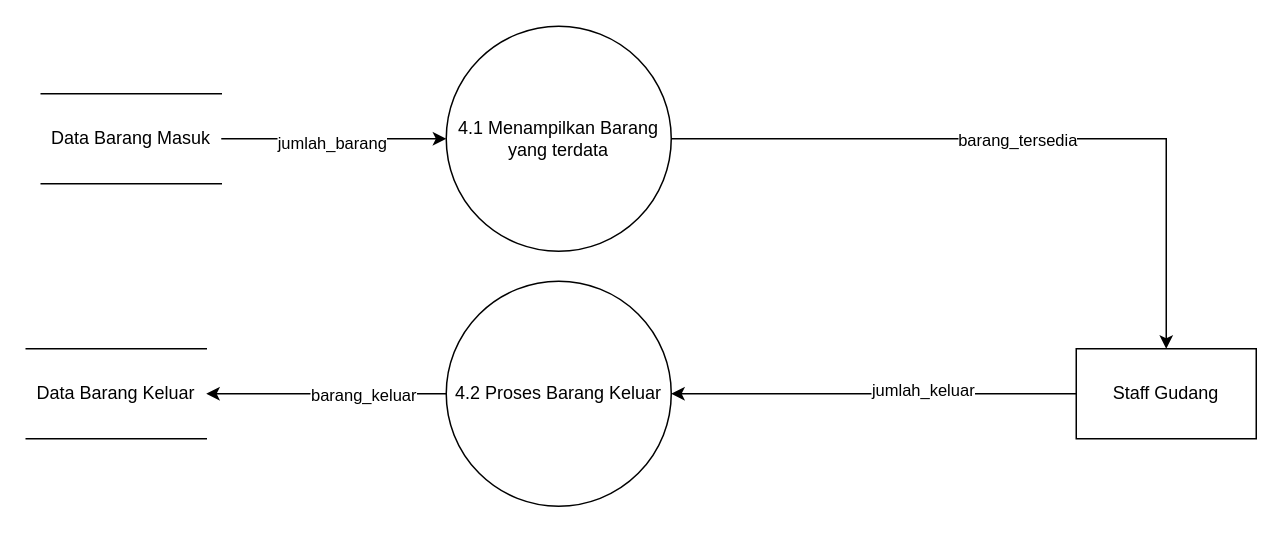
raflialkindhi/graph-save keeps this draw.io diagram as kkp-dfd1-3.drawio. Above is the earlier version. Source tidied: cells renumbered, new cells numbered last; positions are measured from the earlier drawing's top-left corner, leaving out a move shared by most shapes. Both pictures are drawn from the tidied source at 150%, with x=0, y=0 at pixel (26, 26).
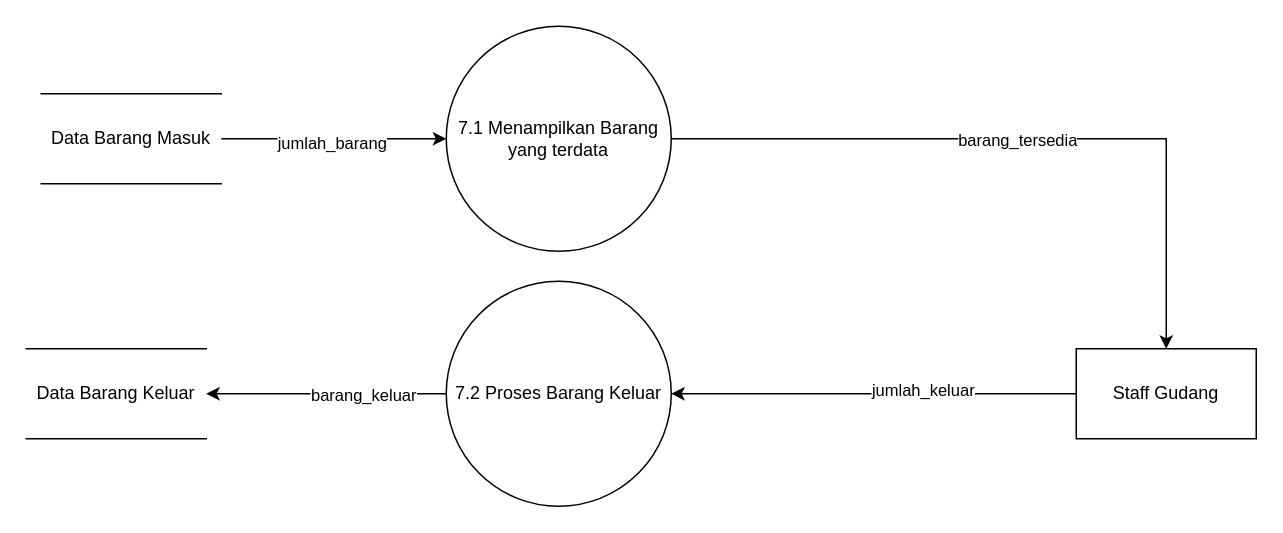
After the change.

The edit, as a diff of the source:
```diff
@@
 <mxGraphModel>
   <root>
     <mxCell id="0" />
     <mxCell id="1" parent="0" />
     <mxCell id="2" style="edgeStyle=orthogonalEdgeStyle;rounded=0;jettySize=auto;html=1;exitX=1;exitY=0.5;exitDx=0;exitDy=0;entryX=0.5;entryY=0;entryDx=0;entryDy=0;" parent="1" edge="1" source="4" target="7">
       <mxGeometry relative="1" as="geometry" />
     </mxCell>
     <mxCell id="3" value="barang_tersedia" style="edgeLabel;html=1;align=center;verticalAlign=middle;" parent="2" vertex="1">
       <mxGeometry x="-0.02" relative="1" as="geometry" />
     </mxCell>
-    <mxCell id="4" value="4.1 Menampilkan Barang yang terdata" style="ellipse;whiteSpace=wrap;html=1;" parent="1" vertex="1">
+    <mxCell id="4" value="7.1 Menampilkan Barang yang terdata" style="ellipse;whiteSpace=wrap;html=1;" parent="1" vertex="1">
       <mxGeometry x="280" width="150" height="150" as="geometry" />
     </mxCell>
     <mxCell id="5" style="edgeStyle=orthogonalEdgeStyle;rounded=0;jettySize=auto;html=1;exitX=0;exitY=0.5;exitDx=0;exitDy=0;entryX=1;entryY=0.5;entryDx=0;entryDy=0;" parent="1" edge="1" source="7" target="13">
       <mxGeometry relative="1" as="geometry" />
     </mxCell>
     <mxCell id="6" value="jumlah_keluar" style="edgeLabel;html=1;align=center;verticalAlign=middle;" parent="5" vertex="1">
       <mxGeometry x="-0.24" y="-3" relative="1" as="geometry" />
     </mxCell>
     <mxCell id="7" value="Staff Gudang" style="rounded=0;whiteSpace=wrap;html=1;" parent="1" vertex="1">
       <mxGeometry x="700" y="215" width="120" height="60" as="geometry" />
     </mxCell>
     <mxCell id="8" style="edgeStyle=orthogonalEdgeStyle;rounded=0;jettySize=auto;html=1;exitX=1;exitY=0.5;exitDx=0;exitDy=0;entryX=0;entryY=0.5;entryDx=0;entryDy=0;" parent="1" edge="1" source="10" target="4">
       <mxGeometry relative="1" as="geometry" />
     </mxCell>
     <mxCell id="9" value="jumlah_barang" style="edgeLabel;html=1;align=center;verticalAlign=middle;" parent="8" vertex="1">
       <mxGeometry x="-0.03" y="-2" relative="1" as="geometry" />
     </mxCell>
     <mxCell id="10" value="Data Barang Masuk" style="shape=partialRectangle;whiteSpace=wrap;html=1;left=0;right=0;fillColor=none;" parent="1" vertex="1">
       <mxGeometry x="10" y="45" width="120" height="60" as="geometry" />
     </mxCell>
     <mxCell id="11" style="edgeStyle=orthogonalEdgeStyle;rounded=0;jettySize=auto;html=1;exitX=0;exitY=0.5;exitDx=0;exitDy=0;entryX=1;entryY=0.5;entryDx=0;entryDy=0;" parent="1" edge="1" source="13" target="14">
       <mxGeometry relative="1" as="geometry" />
     </mxCell>
     <mxCell id="12" value="barang_keluar" style="edgeLabel;html=1;align=center;verticalAlign=middle;" parent="11" vertex="1">
       <mxGeometry x="-0.3" relative="1" as="geometry" />
     </mxCell>
-    <mxCell id="13" value="4.2 Proses Barang Keluar" style="ellipse;whiteSpace=wrap;html=1;" parent="1" vertex="1">
+    <mxCell id="13" value="7.2 Proses Barang Keluar" style="ellipse;whiteSpace=wrap;html=1;" parent="1" vertex="1">
       <mxGeometry x="280" y="170" width="150" height="150" as="geometry" />
     </mxCell>
     <mxCell id="14" value="Data Barang Keluar" style="shape=partialRectangle;whiteSpace=wrap;html=1;left=0;right=0;fillColor=none;" parent="1" vertex="1">
       <mxGeometry y="215" width="120" height="60" as="geometry" />
     </mxCell>
   </root>
 </mxGraphModel>
```
